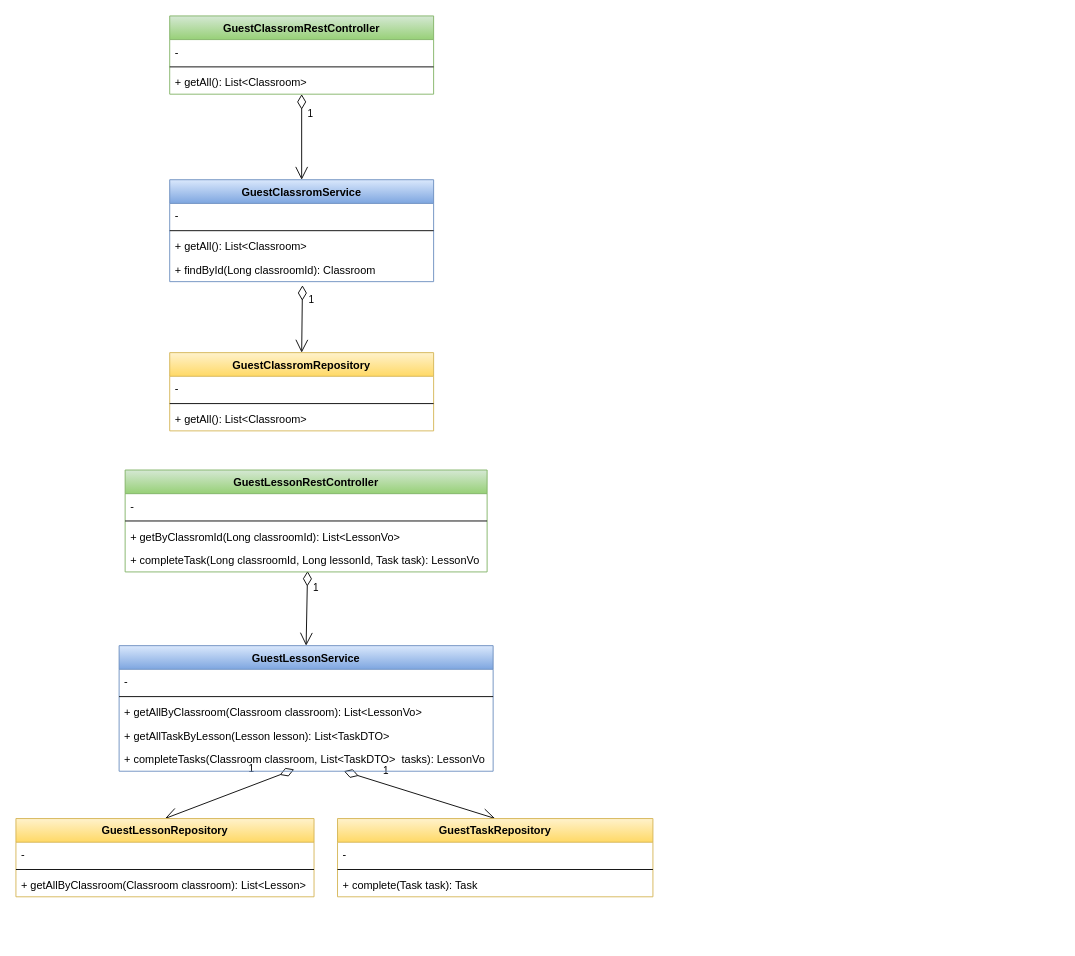
zolezzi/VirTuAula keeps this draw.io diagram as page "Services" (2 of 2) of doc/UML.drawio. Above is the earlier version. Source tidied: cells renumbered, new cells numbered last; positions are measured from the earlier drawing's top-left corner, leaving out a move shared by most shapes. Both pictures are drawn from the tidied source at 91%, with x=0, y=0 at pixel (15, 15).
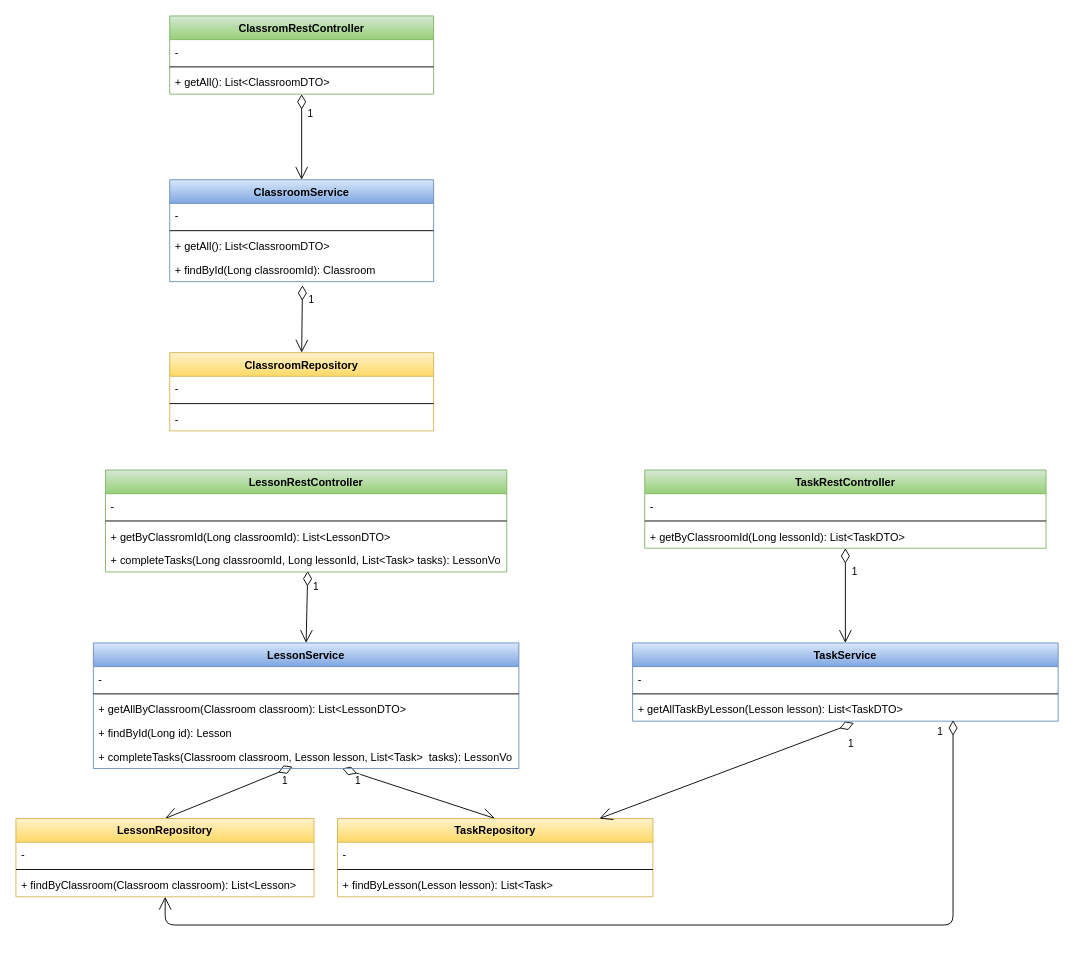
The same diagram, later.

Diff of the diagram source:
```diff
@@
-    <mxCell id="2" value="GuestClassromService" style="swimlane;fontStyle=1;align=center;verticalAlign=top;horizontal=1;startSize=26;fillColor=#dae8fc;strokeColor=#6c8ebf;gradientColor=#7ea6e0;" parent="1" vertex="1">
+    <mxCell id="2" value="ClassroomService" style="swimlane;fontStyle=1;align=center;verticalAlign=top;horizontal=1;startSize=26;fillColor=#dae8fc;strokeColor=#6c8ebf;gradientColor=#7ea6e0;" parent="1" vertex="1">
       <mxGeometry x="169" y="180" width="290" height="112" as="geometry" />
     </mxCell>
@@
-    <mxCell id="5" value="+ getAll(): List&lt;Classroom&gt;" style="text;strokeColor=none;fillColor=none;align=left;verticalAlign=top;spacingLeft=4;spacingRight=4;overflow=hidden;" parent="2" vertex="1">
+    <mxCell id="5" value="+ getAll(): List&lt;ClassroomDTO&gt;" style="text;strokeColor=none;fillColor=none;align=left;verticalAlign=top;spacingLeft=4;spacingRight=4;overflow=hidden;" parent="2" vertex="1">
       <mxGeometry y="60" width="290" height="26" as="geometry" />
     </mxCell>
@@
-    <mxCell id="8" value="GuestClassromRestController" style="swimlane;fontStyle=1;align=center;verticalAlign=top;horizontal=1;startSize=26;fillColor=#d5e8d4;strokeColor=#82b366;gradientColor=#97d077;" parent="1" vertex="1">
+    <mxCell id="8" value="ClassromRestController" style="swimlane;fontStyle=1;align=center;verticalAlign=top;horizontal=1;startSize=26;fillColor=#d5e8d4;strokeColor=#82b366;gradientColor=#97d077;" parent="1" vertex="1">
       <mxGeometry x="169" width="290" height="86" as="geometry" />
     </mxCell>
@@
-    <mxCell id="11" value="+ getAll(): List&lt;Classroom&gt;" style="text;strokeColor=none;fillColor=none;align=left;verticalAlign=top;spacingLeft=4;spacingRight=4;overflow=hidden;points=[[0,0.5],[1,0.5]];portConstraint=eastwest;" parent="8" vertex="1">
+    <mxCell id="11" value="+ getAll(): List&lt;ClassroomDTO&gt;" style="text;strokeColor=none;fillColor=none;align=left;verticalAlign=top;spacingLeft=4;spacingRight=4;overflow=hidden;points=[[0,0.5],[1,0.5]];portConstraint=eastwest;" parent="8" vertex="1">
       <mxGeometry y="60" width="290" height="26" as="geometry" />
     </mxCell>
@@
-    <mxCell id="13" value="GuestClassromRepository" style="swimlane;fontStyle=1;align=center;verticalAlign=top;horizontal=1;startSize=26;fillColor=#fff2cc;strokeColor=#d6b656;gradientColor=#ffd966;" parent="1" vertex="1">
+    <mxCell id="13" value="ClassroomRepository" style="swimlane;fontStyle=1;align=center;verticalAlign=top;horizontal=1;startSize=26;fillColor=#fff2cc;strokeColor=#d6b656;gradientColor=#ffd966;" parent="1" vertex="1">
       <mxGeometry x="169" y="370" width="290" height="86" as="geometry" />
     </mxCell>
@@
-    <mxCell id="16" value="+ getAll(): List&lt;Classroom&gt;" style="text;strokeColor=none;fillColor=none;align=left;verticalAlign=top;spacingLeft=4;spacingRight=4;overflow=hidden;" parent="13" vertex="1">
+    <mxCell id="16" value="-" style="text;strokeColor=none;fillColor=none;align=left;verticalAlign=top;spacingLeft=4;spacingRight=4;overflow=hidden;" parent="13" vertex="1">
       <mxGeometry y="60" width="290" height="26" as="geometry" />
     </mxCell>
@@
     <mxCell id="18" value="1" style="endArrow=open;html=1;endSize=12;startArrow=diamondThin;startSize=14;startFill=0;align=left;verticalAlign=bottom;entryX=0.5;entryY=0;entryDx=0;entryDy=0;" parent="1" edge="1" source="38" target="20">
-      <mxGeometry x="-0.52" y="4" relative="1" as="geometry" />
+      <mxGeometry x="-0.79" y="-17" relative="1" as="geometry" />
     </mxCell>
     <mxCell id="19" value="1" style="endArrow=open;html=1;endSize=12;startArrow=diamondThin;startSize=14;startFill=0;align=left;verticalAlign=bottom;entryX=0.5;entryY=0;entryDx=0;entryDy=0;exitX=0.468;exitY=0.923;exitDx=0;exitDy=0;exitPerimeter=0;" parent="1" edge="1" source="38" target="24">
-      <mxGeometry x="-0.33" y="-11" relative="1" as="geometry" />
+      <mxGeometry x="-0.72" y="17" relative="1" as="geometry" />
     </mxCell>
-    <mxCell id="20" value="GuestTaskRepository" style="swimlane;fontStyle=1;align=center;verticalAlign=top;horizontal=1;startSize=26;fillColor=#fff2cc;strokeColor=#d6b656;gradientColor=#ffd966;" parent="1" vertex="1">
+    <mxCell id="20" value="TaskRepository" style="swimlane;fontStyle=1;align=center;verticalAlign=top;horizontal=1;startSize=26;fillColor=#fff2cc;strokeColor=#d6b656;gradientColor=#ffd966;" parent="1" vertex="1">
       <mxGeometry x="353.4" y="882" width="346.6" height="86" as="geometry" />
     </mxCell>
@@
-    <mxCell id="23" value="+ complete(Task task): Task" style="text;strokeColor=none;fillColor=none;align=left;verticalAlign=top;spacingLeft=4;spacingRight=4;overflow=hidden;" parent="20" vertex="1">
+    <mxCell id="23" value="+ findByLesson(Lesson lesson): List&lt;Task&gt;" style="text;strokeColor=none;fillColor=none;align=left;verticalAlign=top;spacingLeft=4;spacingRight=4;overflow=hidden;" parent="20" vertex="1">
       <mxGeometry y="60" width="346.6" height="26" as="geometry" />
     </mxCell>
-    <mxCell id="24" value="GuestLessonRepository" style="swimlane;fontStyle=1;align=center;verticalAlign=top;horizontal=1;startSize=26;fillColor=#fff2cc;strokeColor=#d6b656;gradientColor=#ffd966;" parent="1" vertex="1">
+    <mxCell id="24" value="LessonRepository" style="swimlane;fontStyle=1;align=center;verticalAlign=top;horizontal=1;startSize=26;fillColor=#fff2cc;strokeColor=#d6b656;gradientColor=#ffd966;" parent="1" vertex="1">
       <mxGeometry y="882" width="327.6" height="86" as="geometry" />
     </mxCell>
@@
-    <mxCell id="27" value="+ getAllByClassroom(Classroom classroom): List&lt;Lesson&gt;" style="text;strokeColor=none;fillColor=none;align=left;verticalAlign=top;spacingLeft=4;spacingRight=4;overflow=hidden;" parent="24" vertex="1">
+    <mxCell id="27" value="+ findByClassroom(Classroom classroom): List&lt;Lesson&gt;" style="text;strokeColor=none;fillColor=none;align=left;verticalAlign=top;spacingLeft=4;spacingRight=4;overflow=hidden;" parent="24" vertex="1">
       <mxGeometry y="60" width="327.6" height="26" as="geometry" />
     </mxCell>
-    <mxCell id="28" value="GuestLessonRestController" style="swimlane;fontStyle=1;align=center;verticalAlign=top;horizontal=1;startSize=26;fillColor=#d5e8d4;strokeColor=#82b366;gradientColor=#97d077;" parent="1" vertex="1">
-      <mxGeometry x="120" y="499" width="397.8" height="112" as="geometry" />
+    <mxCell id="28" value="LessonRestController" style="swimlane;fontStyle=1;align=center;verticalAlign=top;horizontal=1;startSize=26;fillColor=#d5e8d4;strokeColor=#82b366;gradientColor=#97d077;" parent="1" vertex="1">
+      <mxGeometry x="98.4" y="499" width="441" height="112" as="geometry" />
     </mxCell>
     <mxCell id="29" value="-" style="text;strokeColor=none;fillColor=none;align=left;verticalAlign=top;spacingLeft=4;spacingRight=4;overflow=hidden;" parent="28" vertex="1">
-      <mxGeometry y="26" width="397.8" height="26" as="geometry" />
+      <mxGeometry y="26" width="441" height="26" as="geometry" />
     </mxCell>
     <mxCell id="30" style="line;strokeWidth=1;fillColor=none;align=left;verticalAlign=middle;spacingTop=-1;spacingLeft=3;spacingRight=3;labelPosition=right;" parent="28" vertex="1">
-      <mxGeometry y="52" width="397.8" height="8" as="geometry" />
+      <mxGeometry y="52" width="441" height="8" as="geometry" />
     </mxCell>
-    <mxCell id="31" value="+ getByClassromId(Long classroomId): List&lt;LessonVo&gt;" style="text;strokeColor=none;fillColor=none;align=left;verticalAlign=top;spacingLeft=4;spacingRight=4;overflow=hidden;" parent="28" vertex="1">
-      <mxGeometry y="60" width="397.8" height="26" as="geometry" />
+    <mxCell id="31" value="+ getByClassromId(Long classroomId): List&lt;LessonDTO&gt;" style="text;strokeColor=none;fillColor=none;align=left;verticalAlign=top;spacingLeft=4;spacingRight=4;overflow=hidden;" parent="28" vertex="1">
+      <mxGeometry y="60" width="441" height="26" as="geometry" />
     </mxCell>
-    <mxCell id="32" value="+ completeTask(Long classroomId, Long lessonId, Task task): LessonVo" style="text;strokeColor=none;fillColor=none;align=left;verticalAlign=top;spacingLeft=4;spacingRight=4;overflow=hidden;points=[[0,0.5],[1,0.5]];portConstraint=eastwest;" parent="28" vertex="1">
-      <mxGeometry y="86" width="397.8" height="26" as="geometry" />
+    <mxCell id="32" value="+ completeTasks(Long classroomId, Long lessonId, List&lt;Task&gt; tasks): LessonVo" style="text;strokeColor=none;fillColor=none;align=left;verticalAlign=top;spacingLeft=4;spacingRight=4;overflow=hidden;points=[[0,0.5],[1,0.5]];portConstraint=eastwest;" parent="28" vertex="1">
+      <mxGeometry y="86" width="441" height="26" as="geometry" />
     </mxCell>
-    <mxCell id="33" value="GuestLessonService" style="swimlane;fontStyle=1;align=center;verticalAlign=top;horizontal=1;startSize=26;fillColor=#dae8fc;strokeColor=#6c8ebf;gradientColor=#7ea6e0;" parent="1" vertex="1">
-      <mxGeometry x="113.4" y="692" width="411" height="138" as="geometry" />
+    <mxCell id="33" value="LessonService" style="swimlane;fontStyle=1;align=center;verticalAlign=top;horizontal=1;startSize=26;fillColor=#dae8fc;strokeColor=#6c8ebf;gradientColor=#7ea6e0;" parent="1" vertex="1">
+      <mxGeometry x="85.1" y="689" width="467.6" height="138" as="geometry" />
     </mxCell>
     <mxCell id="34" value="-" style="text;strokeColor=none;fillColor=none;align=left;verticalAlign=top;spacingLeft=4;spacingRight=4;overflow=hidden;" parent="33" vertex="1">
-      <mxGeometry y="26" width="411" height="26" as="geometry" />
+      <mxGeometry y="26" width="467.6" height="26" as="geometry" />
     </mxCell>
     <mxCell id="35" style="line;strokeWidth=1;fillColor=none;align=left;verticalAlign=middle;spacingTop=-1;spacingLeft=3;spacingRight=3;labelPosition=right;" parent="33" vertex="1">
-      <mxGeometry y="52" width="411" height="8" as="geometry" />
+      <mxGeometry y="52" width="467.6" height="8" as="geometry" />
     </mxCell>
-    <mxCell id="36" value="+ getAllByClassroom(Classroom classroom): List&lt;LessonVo&gt;" style="text;strokeColor=none;fillColor=none;align=left;verticalAlign=top;spacingLeft=4;spacingRight=4;overflow=hidden;" parent="33" vertex="1">
-      <mxGeometry y="60" width="411" height="26" as="geometry" />
+    <mxCell id="36" value="+ getAllByClassroom(Classroom classroom): List&lt;LessonDTO&gt;" style="text;strokeColor=none;fillColor=none;align=left;verticalAlign=top;spacingLeft=4;spacingRight=4;overflow=hidden;" parent="33" vertex="1">
+      <mxGeometry y="60" width="467.6" height="26" as="geometry" />
     </mxCell>
-    <mxCell id="37" value="+ getAllTaskByLesson(Lesson lesson): List&lt;TaskDTO&gt;" style="text;strokeColor=none;fillColor=none;align=left;verticalAlign=top;spacingLeft=4;spacingRight=4;overflow=hidden;" parent="33" vertex="1">
-      <mxGeometry y="86" width="411" height="26" as="geometry" />
+    <mxCell id="37" value="+ findById(Long id): Lesson" style="text;strokeColor=none;fillColor=none;align=left;verticalAlign=top;spacingLeft=4;spacingRight=4;overflow=hidden;" parent="33" vertex="1">
+      <mxGeometry y="86" width="467.6" height="26" as="geometry" />
     </mxCell>
-    <mxCell id="38" value="+ completeTasks(Classroom classroom, List&lt;TaskDTO&gt;  tasks): LessonVo" style="text;strokeColor=none;fillColor=none;align=left;verticalAlign=top;spacingLeft=4;spacingRight=4;overflow=hidden;points=[[0,0.5],[1,0.5]];portConstraint=eastwest;" parent="33" vertex="1">
-      <mxGeometry y="112" width="411" height="26" as="geometry" />
+    <mxCell id="38" value="+ completeTasks(Classroom classroom, Lesson lesson, List&lt;Task&gt;  tasks): LessonVo" style="text;strokeColor=none;fillColor=none;align=left;verticalAlign=top;spacingLeft=4;spacingRight=4;overflow=hidden;points=[[0,0.5],[1,0.5]];portConstraint=eastwest;" parent="33" vertex="1">
+      <mxGeometry y="112" width="467.6" height="26" as="geometry" />
     </mxCell>
+    <mxCell id="39" value="1" style="endArrow=open;html=1;endSize=12;startArrow=diamondThin;startSize=14;startFill=0;align=left;verticalAlign=bottom;entryX=0.5;entryY=0;entryDx=0;entryDy=0;" parent="1" edge="1" source="44" target="45">
+      <mxGeometry x="-0.33" y="5" relative="1" as="geometry" />
+    </mxCell>
+    <mxCell id="40" value="1" style="endArrow=open;html=1;endSize=12;startArrow=diamondThin;startSize=14;startFill=0;align=left;verticalAlign=bottom;exitX=0.52;exitY=1.077;exitDx=0;exitDy=0;exitPerimeter=0;" parent="1" edge="1" source="48" target="20">
+      <mxGeometry x="-0.87" y="27" relative="1" as="geometry" />
+    </mxCell>
+    <mxCell id="41" value="TaskRestController" style="swimlane;fontStyle=1;align=center;verticalAlign=top;horizontal=1;startSize=26;fillColor=#d5e8d4;strokeColor=#82b366;gradientColor=#97d077;" parent="1" vertex="1">
+      <mxGeometry x="691" y="499" width="441" height="86" as="geometry" />
+    </mxCell>
+    <mxCell id="42" value="-" style="text;strokeColor=none;fillColor=none;align=left;verticalAlign=top;spacingLeft=4;spacingRight=4;overflow=hidden;" parent="41" vertex="1">
+      <mxGeometry y="26" width="441" height="26" as="geometry" />
+    </mxCell>
+    <mxCell id="43" style="line;strokeWidth=1;fillColor=none;align=left;verticalAlign=middle;spacingTop=-1;spacingLeft=3;spacingRight=3;labelPosition=right;" parent="41" vertex="1">
+      <mxGeometry y="52" width="441" height="8" as="geometry" />
+    </mxCell>
+    <mxCell id="44" value="+ getByClassroomId(Long lessonId): List&lt;TaskDTO&gt;" style="text;strokeColor=none;fillColor=none;align=left;verticalAlign=top;spacingLeft=4;spacingRight=4;overflow=hidden;points=[[0,0.5],[1,0.5]];portConstraint=eastwest;" parent="41" vertex="1">
+      <mxGeometry y="60" width="441" height="26" as="geometry" />
+    </mxCell>
+    <mxCell id="45" value="TaskService" style="swimlane;fontStyle=1;align=center;verticalAlign=top;horizontal=1;startSize=26;fillColor=#dae8fc;strokeColor=#6c8ebf;gradientColor=#7ea6e0;" parent="1" vertex="1">
+      <mxGeometry x="677.7" y="689" width="467.6" height="86" as="geometry" />
+    </mxCell>
+    <mxCell id="46" value="-" style="text;strokeColor=none;fillColor=none;align=left;verticalAlign=top;spacingLeft=4;spacingRight=4;overflow=hidden;" parent="45" vertex="1">
+      <mxGeometry y="26" width="467.6" height="26" as="geometry" />
+    </mxCell>
+    <mxCell id="47" style="line;strokeWidth=1;fillColor=none;align=left;verticalAlign=middle;spacingTop=-1;spacingLeft=3;spacingRight=3;labelPosition=right;" parent="45" vertex="1">
+      <mxGeometry y="52" width="467.6" height="8" as="geometry" />
+    </mxCell>
+    <mxCell id="48" value="+ getAllTaskByLesson(Lesson lesson): List&lt;TaskDTO&gt;" style="text;strokeColor=none;fillColor=none;align=left;verticalAlign=top;spacingLeft=4;spacingRight=4;overflow=hidden;points=[[0,0.5],[1,0.5]];portConstraint=eastwest;" parent="45" vertex="1">
+      <mxGeometry y="60" width="467.6" height="26" as="geometry" />
+    </mxCell>
+    <mxCell id="49" value="1" style="endArrow=open;html=1;endSize=12;startArrow=diamondThin;startSize=14;startFill=0;align=left;verticalAlign=bottom;exitX=0.753;exitY=0.962;exitDx=0;exitDy=0;exitPerimeter=0;edgeStyle=orthogonalEdgeStyle;" parent="1" edge="1" source="48" target="24">
+      <mxGeometry x="-0.96" y="-19" relative="1" as="geometry">
+        <Array as="points">
+          <mxPoint x="1030" y="999" />
+          <mxPoint x="164" y="999" />
+        </Array>
+      </mxGeometry>
+    </mxCell>
```
